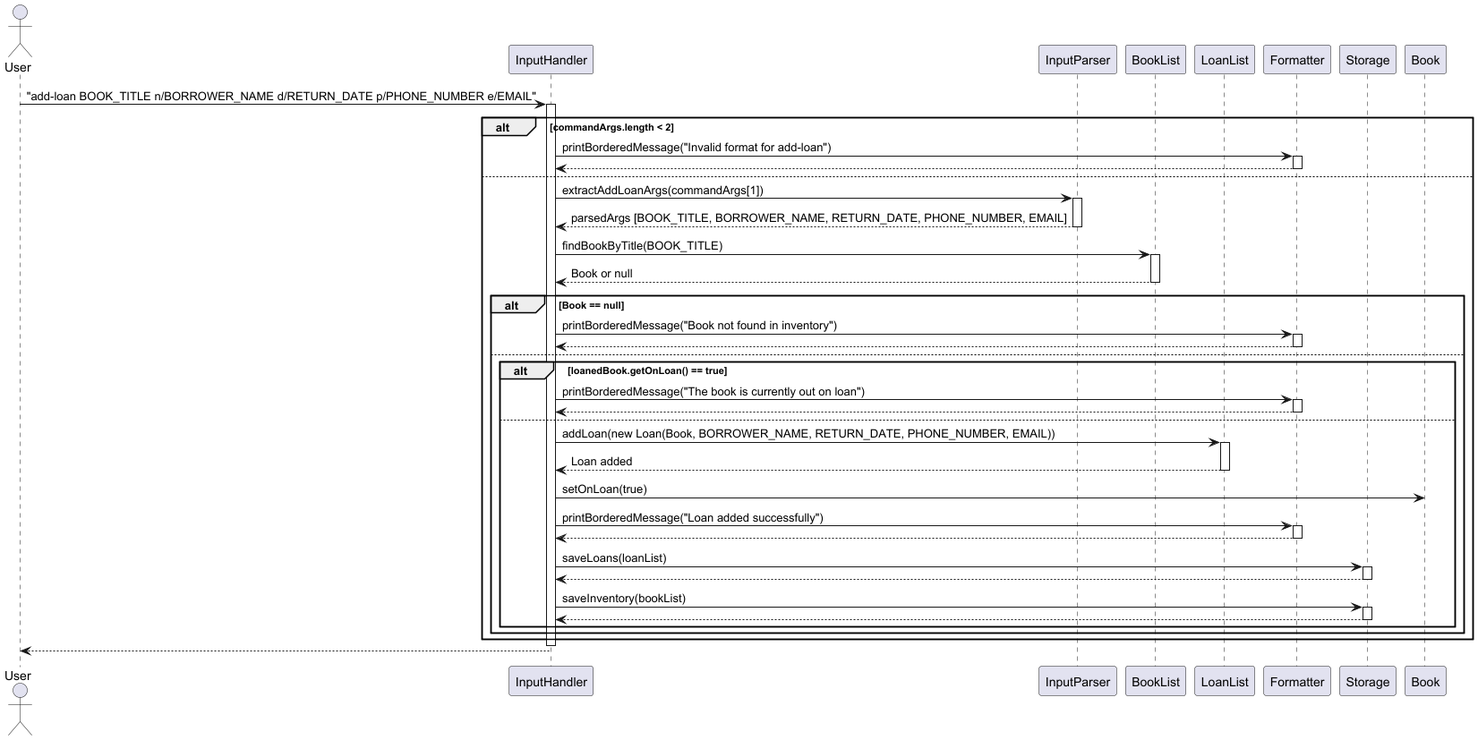
Above: docs/images/addLoan.png in AY2425S2-CS2113-T12-2/tp (PlantUML), before the change. The source it was exported from:
```plantuml
@startuml
actor User
participant InputHandler
participant InputParser
participant BookList
participant LoanList
participant Formatter
participant Storage

User -> InputHandler: "add-loan BOOK_TITLE n/BORROWER_NAME d/RETURN_DATE p/PHONE_NUMBER e/EMAIL"
activate InputHandler

alt commandArgs.length < 2
    InputHandler -> Formatter: printBorderedMessage("Invalid format for add-loan")
    activate Formatter
    Formatter --> InputHandler
    deactivate Formatter
else

    InputHandler -> InputParser: extractAddLoanArgs(commandArgs[1])
    activate InputParser
    InputParser --> InputHandler: parsedArgs [BOOK_TITLE, BORROWER_NAME, RETURN_DATE, PHONE_NUMBER, EMAIL]
    deactivate InputParser

    InputHandler -> BookList: findBookByTitle(BOOK_TITLE)
    activate BookList
    BookList --> InputHandler: Book or null
    deactivate BookList

    alt Book == null
        InputHandler -> Formatter: printBorderedMessage("Book not found in inventory")
        activate Formatter
        Formatter --> InputHandler
        deactivate Formatter
    else
        alt loanedBook.getOnLoan() == true
            InputHandler -> Formatter: printBorderedMessage("The book is currently out on loan")
            activate Formatter
            Formatter --> InputHandler
            deactivate Formatter
        else
            InputHandler -> LoanList: addLoan(new Loan(Book, BORROWER_NAME, RETURN_DATE, PHONE_NUMBER, EMAIL))
            activate LoanList
            LoanList --> InputHandler: Loan added
            deactivate LoanList

            InputHandler -> Book: setOnLoan(true)

            InputHandler -> Formatter: printBorderedMessage("Loan added successfully")
            activate Formatter
            Formatter --> InputHandler
            deactivate Formatter

            InputHandler -> Storage: saveLoans(loanList)
            activate Storage
            Storage --> InputHandler
            deactivate Storage

            InputHandler -> Storage: saveInventory(bookList)
            activate Storage
            Storage --> InputHandler
            deactivate Storage
        end
    end
end

deactivate InputHandler
InputHandler --> User
@enduml
```
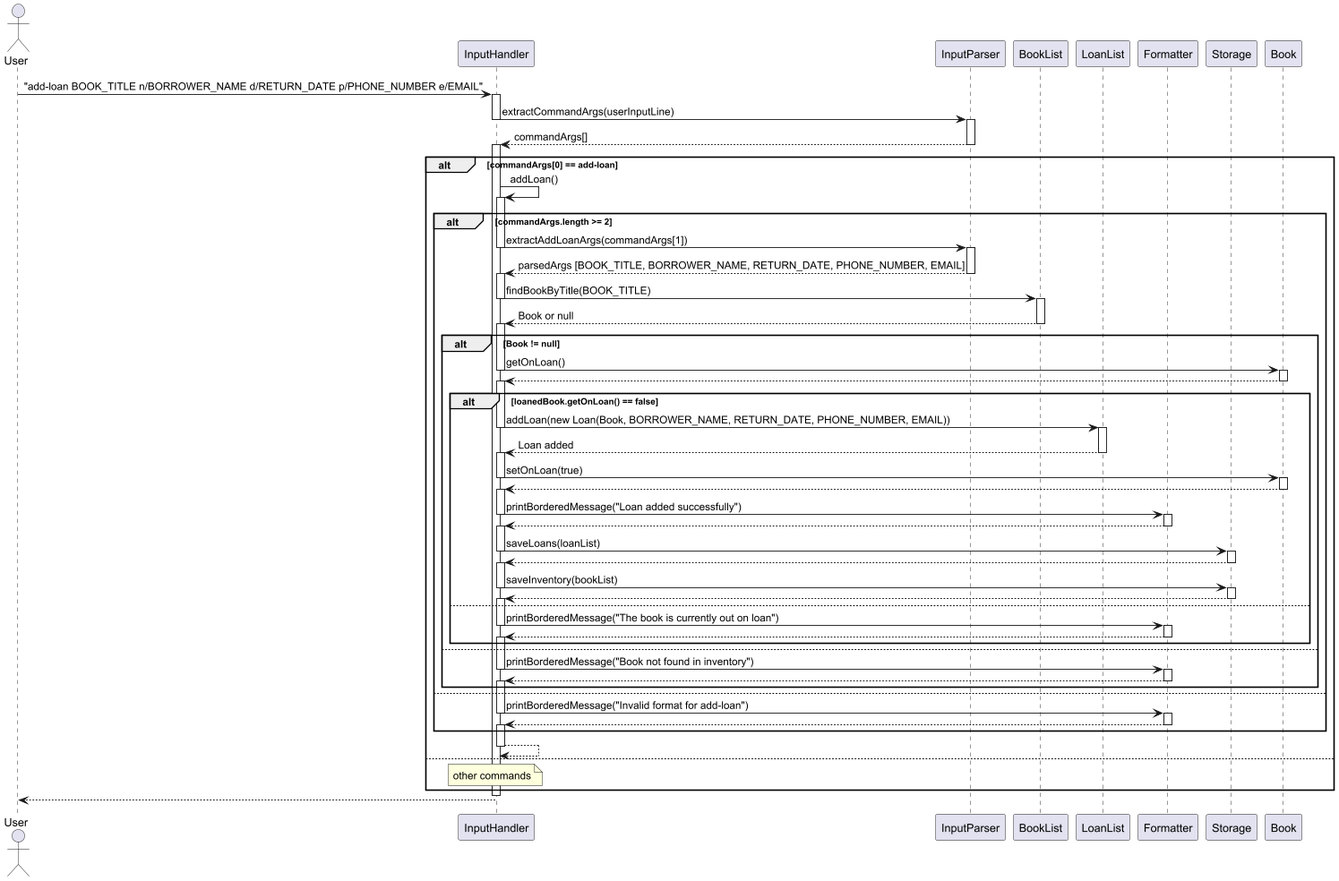
After the commit.

Commit message:
Fix indents in Sequence Diagram for add-loan

What changed in the source:
```diff
@@ -10,58 +10,117 @@
 User -> InputHandler: "add-loan BOOK_TITLE n/BORROWER_NAME d/RETURN_DATE p/PHONE_NUMBER e/EMAIL"
 activate InputHandler
 
-alt commandArgs.length < 2
-    InputHandler -> Formatter: printBorderedMessage("Invalid format for add-loan")
-    activate Formatter
-    Formatter --> InputHandler
-    deactivate Formatter
-else
+InputHandler -> InputParser: extractCommandArgs(userInputLine)
+deactivate InputHandler
+activate InputParser
 
+InputParser --> InputHandler: commandArgs[]
+deactivate InputParser
+activate InputHandler
+
+alt commandArgs[0] == add-loan
+    InputHandler -> InputHandler : addLoan()
+    activate InputHandler
+
+alt commandArgs.length >= 2
     InputHandler -> InputParser: extractAddLoanArgs(commandArgs[1])
+    deactivate InputHandler
     activate InputParser
+
     InputParser --> InputHandler: parsedArgs [BOOK_TITLE, BORROWER_NAME, RETURN_DATE, PHONE_NUMBER, EMAIL]
     deactivate InputParser
+    activate InputHandler
 
     InputHandler -> BookList: findBookByTitle(BOOK_TITLE)
+    deactivate InputHandler
     activate BookList
+
     BookList --> InputHandler: Book or null
     deactivate BookList
+    activate InputHandler
 
-    alt Book == null
+    alt Book != null
+        InputHandler -> Book: getOnLoan()
+        deactivate InputHandler
+        activate Book
+
+        Book --> InputHandler
+        deactivate Book
+        activate InputHandler
+
+        alt loanedBook.getOnLoan() == false
+            InputHandler -> LoanList: addLoan(new Loan(Book, BORROWER_NAME, RETURN_DATE, PHONE_NUMBER, EMAIL))
+            deactivate InputHandler
+            activate LoanList
+            LoanList --> InputHandler: Loan added
+            deactivate LoanList
+            activate InputHandler
+
+            InputHandler -> Book: setOnLoan(true)
+            deactivate InputHandler
+            activate Book
+
+            Book --> InputHandler
+            deactivate Book
+            activate InputHandler
+
+            InputHandler -> Formatter: printBorderedMessage("Loan added successfully")
+            deactivate InputHandler
+            activate Formatter
+
+            Formatter --> InputHandler
+            deactivate Formatter
+            activate InputHandler
+
+            InputHandler -> Storage: saveLoans(loanList)
+            deactivate InputHandler
+            activate Storage
+
+            Storage --> InputHandler
+            deactivate Storage
+            activate InputHandler
+
+            InputHandler -> Storage: saveInventory(bookList)
+            deactivate InputHandler
+            activate Storage
+
+            Storage --> InputHandler
+            deactivate Storage
+            activate InputHandler
+
+        else
+            InputHandler -> Formatter: printBorderedMessage("The book is currently out on loan")
+            deactivate InputHandler
+            activate Formatter
+
+            Formatter --> InputHandler
+            deactivate Formatter
+            activate InputHandler
+        end
+    else
         InputHandler -> Formatter: printBorderedMessage("Book not found in inventory")
+        deactivate InputHandler
+        activate Formatter
+
+        Formatter --> InputHandler
+        deactivate Formatter
+        activate InputHandler
+    end
+
+    else
+        InputHandler -> Formatter: printBorderedMessage("Invalid format for add-loan")
+        deactivate InputHandler
         activate Formatter
         Formatter --> InputHandler
         deactivate Formatter
-    else
-        alt loanedBook.getOnLoan() == true
-            InputHandler -> Formatter: printBorderedMessage("The book is currently out on loan")
-            activate Formatter
-            Formatter --> InputHandler
-            deactivate Formatter
-        else
-            InputHandler -> LoanList: addLoan(new Loan(Book, BORROWER_NAME, RETURN_DATE, PHONE_NUMBER, EMAIL))
-            activate LoanList
-            LoanList --> InputHandler: Loan added
-            deactivate LoanList
+        activate InputHandler
+    end
 
-            InputHandler -> Book: setOnLoan(true)
+InputHandler --> InputHandler
+deactivate InputHandler
 
-            InputHandler -> Formatter: printBorderedMessage("Loan added successfully")
-            activate Formatter
-            Formatter --> InputHandler
-            deactivate Formatter
-
-            InputHandler -> Storage: saveLoans(loanList)
-            activate Storage
-            Storage --> InputHandler
-            deactivate Storage
-
-            InputHandler -> Storage: saveInventory(bookList)
-            activate Storage
-            Storage --> InputHandler
-            deactivate Storage
-        end
-    end
+else
+    note over InputHandler : other commands
 end
 
 deactivate InputHandler
```
